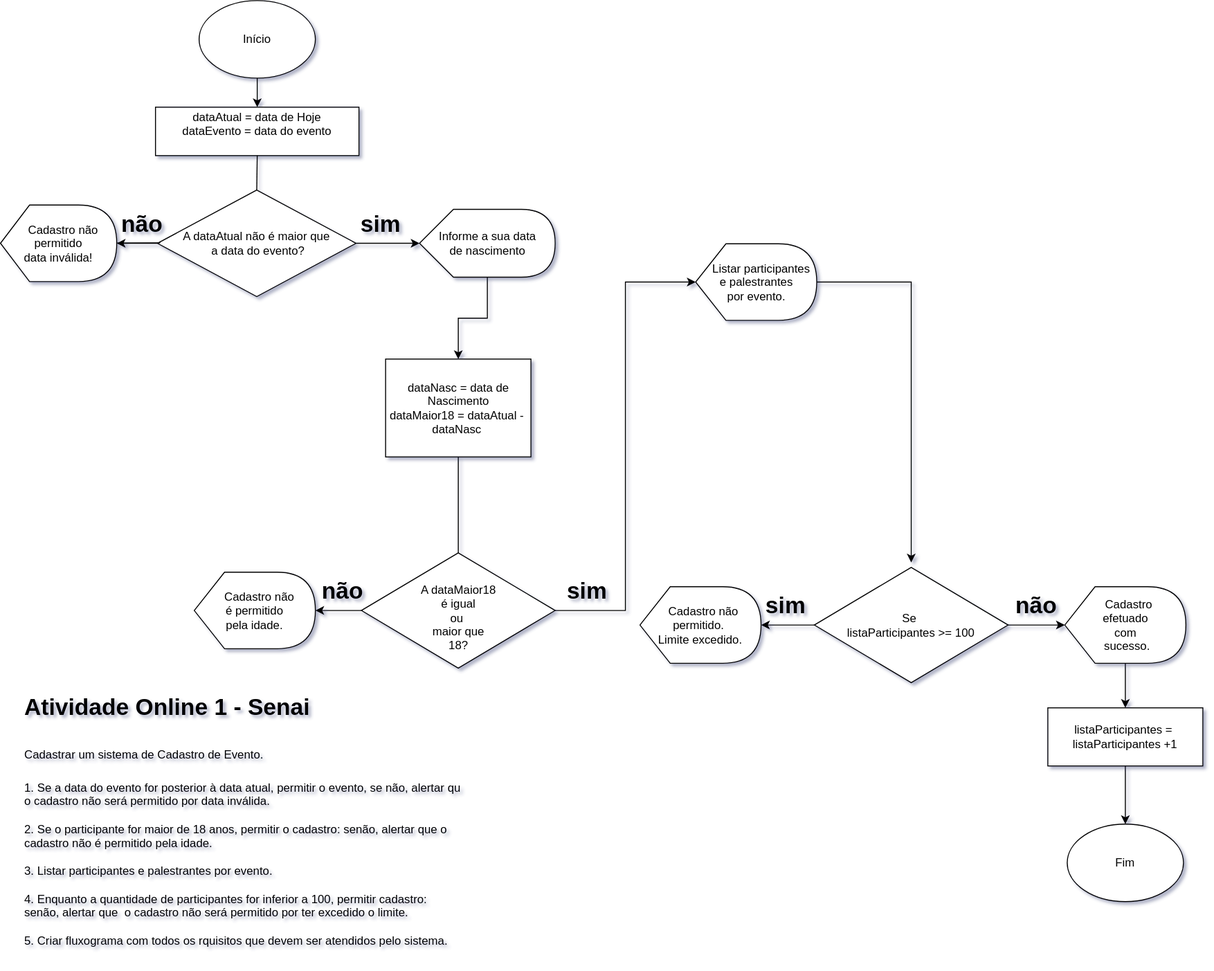
vanderpolezel/senai-atividade1-UC8 keeps this draw.io diagram as atividade online - fluxograma.svg. Above is the earlier version. Source tidied: cells renumbered, new cells last; positions are measured from the earlier drawing's top-left corner, leaving out a move shared by most shapes.
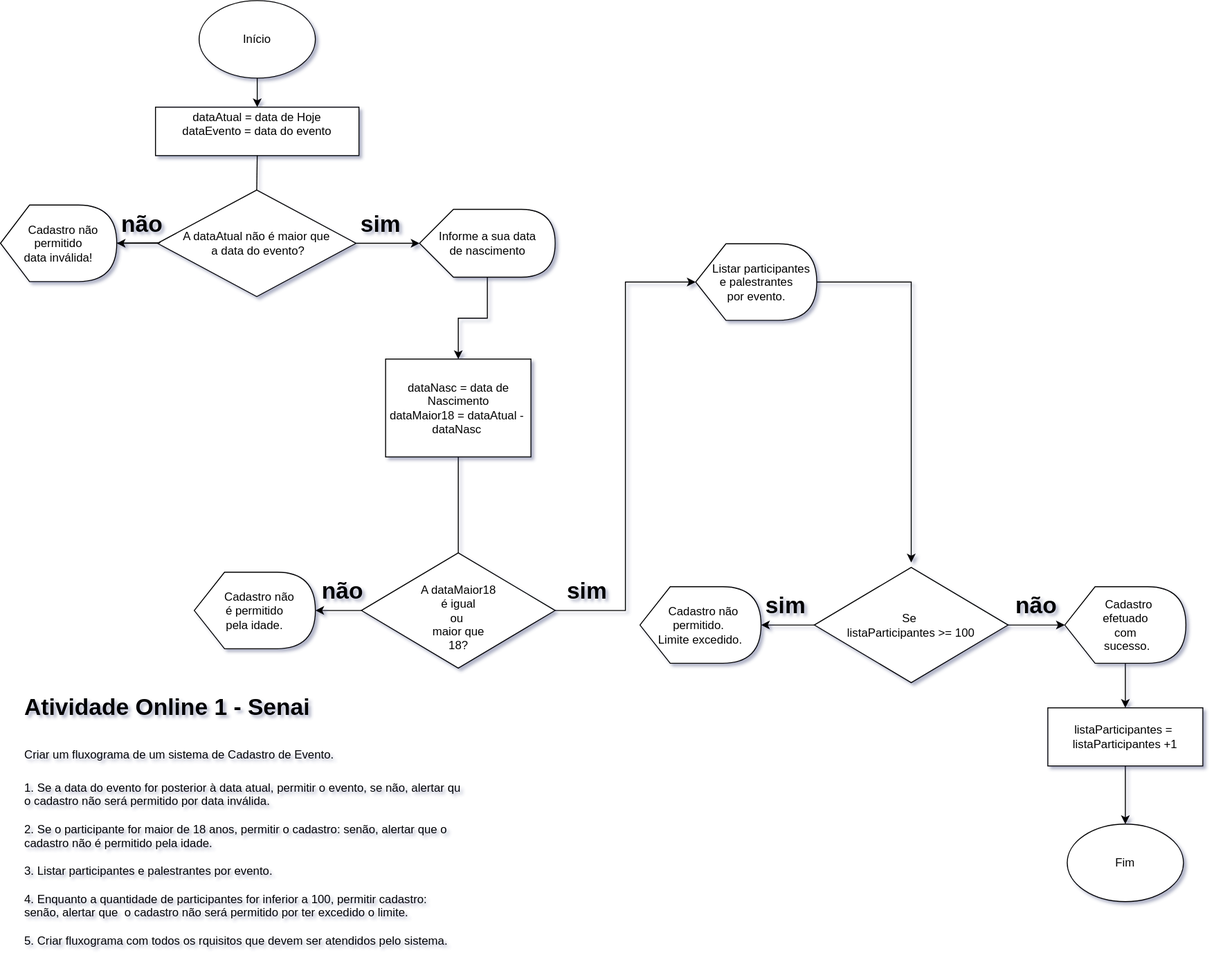
After the change.

Change to the diagram source:
```diff
@@ -108,7 +108,7 @@
     <mxCell id="35" value="&lt;h1&gt;sim&lt;/h1&gt;" style="text;html=1;strokeColor=none;fillColor=none;spacing=5;spacingTop=-20;whiteSpace=wrap;overflow=hidden;rounded=0;" parent="1" vertex="1">
       <mxGeometry x="580" y="590" width="60" height="40" as="geometry" />
     </mxCell>
-    <mxCell id="36" value="&lt;h1&gt;&lt;span style=&quot;background-color: initial;&quot;&gt;Atividade Online 1 - Senai&lt;/span&gt;&lt;/h1&gt;&lt;h1&gt;&lt;span style=&quot;font-size: 12px; font-weight: 400;&quot;&gt;Cadastrar um sistema de Cadastro de Evento.&lt;/span&gt;&lt;/h1&gt;&lt;div&gt;1. Se a data do evento for posterior à data atual, permitir o evento, se não, alertar qu o cadastro não será permitido por data inválida.&lt;/div&gt;&lt;div&gt;&lt;br&gt;&lt;/div&gt;&lt;div&gt;2. Se o participante for maior de 18 anos, permitir o cadastro: senão, alertar que o cadastro não é permitido pela idade.&amp;nbsp;&lt;/div&gt;&lt;div&gt;&lt;br&gt;&lt;/div&gt;&lt;div&gt;3. Listar participantes e palestrantes por evento.&lt;/div&gt;&lt;div&gt;&lt;br&gt;&lt;/div&gt;&lt;div&gt;4. Enquanto a quantidade de participantes for inferior a 100, permitir cadastro: senão, alertar que&amp;nbsp; o cadastro não será permitido por ter excedido o limite.&lt;/div&gt;&lt;div&gt;&lt;br&gt;&lt;/div&gt;&lt;div&gt;5. Criar fluxograma com todos os rquisitos que devem ser atendidos pelo sistema.&lt;/div&gt;" style="text;html=1;strokeColor=none;fillColor=none;spacing=5;spacingTop=-20;whiteSpace=wrap;overflow=hidden;rounded=0;" parent="1" vertex="1">
+    <mxCell id="36" value="&lt;h1&gt;&lt;span style=&quot;background-color: initial;&quot;&gt;Atividade Online 1 - Senai&lt;/span&gt;&lt;/h1&gt;&lt;h1&gt;&lt;span style=&quot;font-size: 12px; font-weight: 400;&quot;&gt;Criar um fluxograma de um sistema de Cadastro de Evento.&lt;/span&gt;&lt;/h1&gt;&lt;div&gt;1. Se a data do evento for posterior à data atual, permitir o evento, se não, alertar qu o cadastro não será permitido por data inválida.&lt;/div&gt;&lt;div&gt;&lt;br&gt;&lt;/div&gt;&lt;div&gt;2. Se o participante for maior de 18 anos, permitir o cadastro: senão, alertar que o cadastro não é permitido pela idade.&amp;nbsp;&lt;/div&gt;&lt;div&gt;&lt;br&gt;&lt;/div&gt;&lt;div&gt;3. Listar participantes e palestrantes por evento.&lt;/div&gt;&lt;div&gt;&lt;br&gt;&lt;/div&gt;&lt;div&gt;4. Enquanto a quantidade de participantes for inferior a 100, permitir cadastro: senão, alertar que&amp;nbsp; o cadastro não será permitido por ter excedido o limite.&lt;/div&gt;&lt;div&gt;&lt;br&gt;&lt;/div&gt;&lt;div&gt;5. Criar fluxograma com todos os rquisitos que devem ser atendidos pelo sistema.&lt;/div&gt;" style="text;html=1;strokeColor=none;fillColor=none;spacing=5;spacingTop=-20;whiteSpace=wrap;overflow=hidden;rounded=0;" parent="1" vertex="1">
       <mxGeometry x="20" y="710" width="460" height="280" as="geometry" />
     </mxCell>
   </root>
```
